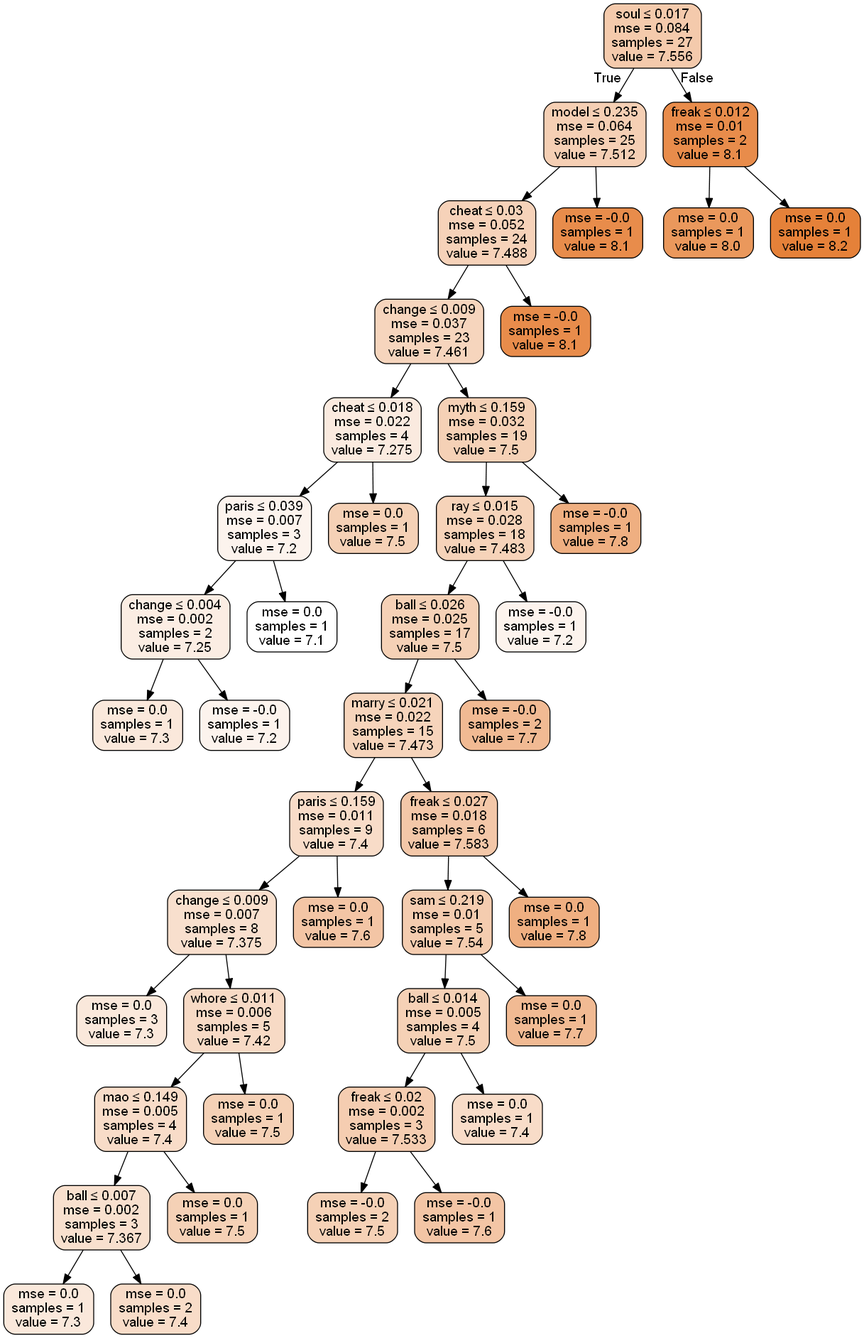
Above: Source.gv.png in ranilovi/SATC_rating_prediction (Graphviz), before the change. Its source is kept beside it as Source.gv.
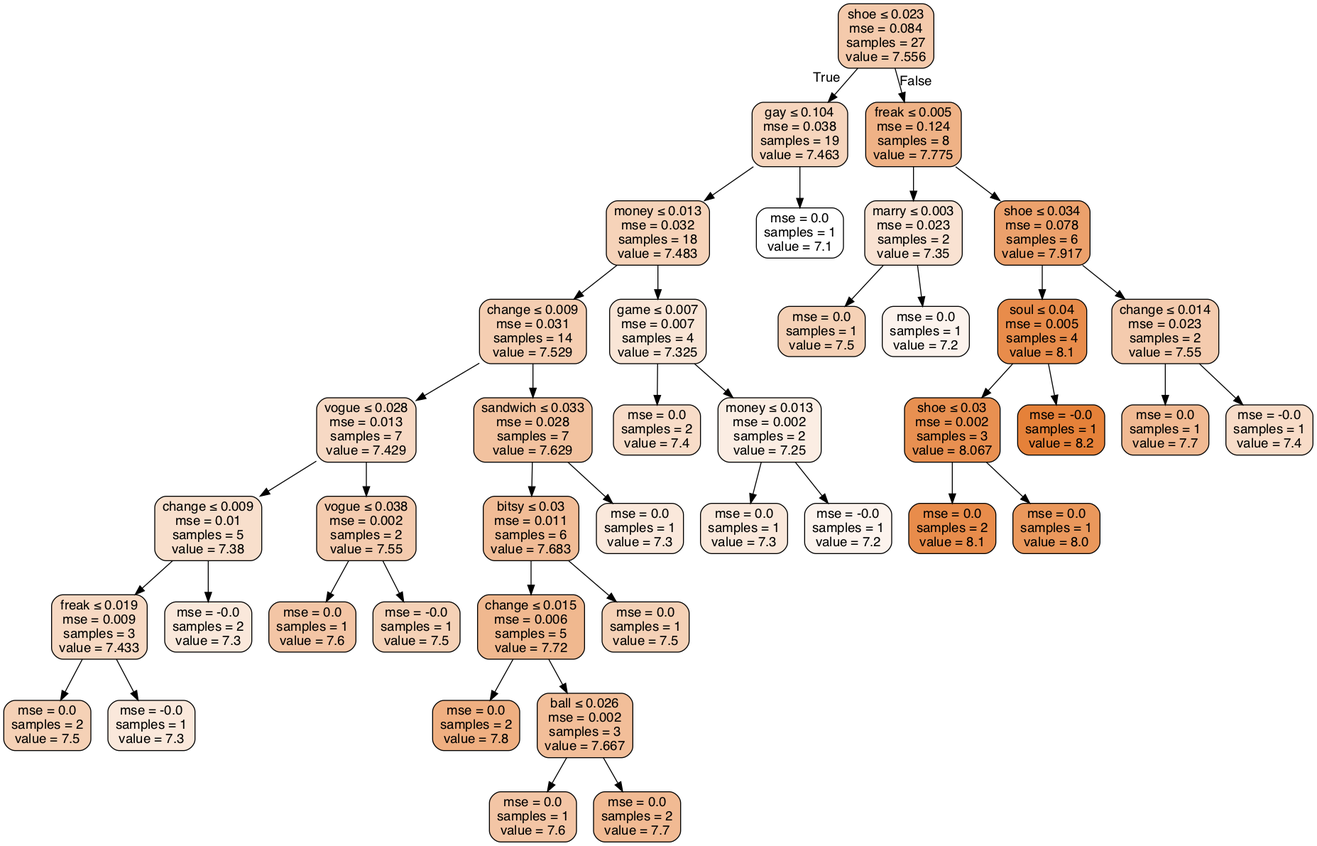
Above is the later version.

What changed in the source:
```diff
@@ -1,89 +1,85 @@
 digraph Tree {
 node [shape=box, style="filled, rounded", color="black", fontname=helvetica] ;
 edge [fontname=helvetica] ;
-0 [label=<soul &le; 0.017<br/>mse = 0.084<br/>samples = 27<br/>value = 7.556>, fillcolor="#e581396a"] ;
-1 [label=<model &le; 0.235<br/>mse = 0.064<br/>samples = 25<br/>value = 7.512>, fillcolor="#e5813960"] ;
+0 [label=<shoe &le; 0.023<br/>mse = 0.084<br/>samples = 27<br/>value = 7.556>, fillcolor="#e581396a"] ;
+1 [label=<gay &le; 0.104<br/>mse = 0.038<br/>samples = 19<br/>value = 7.463>, fillcolor="#e5813954"] ;
 0 -> 1 [labeldistance=2.5, labelangle=45, headlabel="True"] ;
-2 [label=<cheat &le; 0.03<br/>mse = 0.052<br/>samples = 24<br/>value = 7.488>, fillcolor="#e581395a"] ;
+2 [label=<money &le; 0.013<br/>mse = 0.032<br/>samples = 18<br/>value = 7.483>, fillcolor="#e5813959"] ;
 1 -> 2 ;
-3 [label=<change &le; 0.009<br/>mse = 0.037<br/>samples = 23<br/>value = 7.461>, fillcolor="#e5813954"] ;
+3 [label=<change &le; 0.009<br/>mse = 0.031<br/>samples = 14<br/>value = 7.529>, fillcolor="#e5813963"] ;
 2 -> 3 ;
-4 [label=<cheat &le; 0.018<br/>mse = 0.022<br/>samples = 4<br/>value = 7.275>, fillcolor="#e5813929"] ;
+4 [label=<vogue &le; 0.028<br/>mse = 0.013<br/>samples = 7<br/>value = 7.429>, fillcolor="#e581394c"] ;
 3 -> 4 ;
-5 [label=<paris &le; 0.039<br/>mse = 0.007<br/>samples = 3<br/>value = 7.2>, fillcolor="#e5813917"] ;
+5 [label=<change &le; 0.009<br/>mse = 0.01<br/>samples = 5<br/>value = 7.38>, fillcolor="#e5813941"] ;
 4 -> 5 ;
-6 [label=<change &le; 0.004<br/>mse = 0.002<br/>samples = 2<br/>value = 7.25>, fillcolor="#e5813923"] ;
+6 [label=<freak &le; 0.019<br/>mse = 0.009<br/>samples = 3<br/>value = 7.433>, fillcolor="#e581394d"] ;
 5 -> 6 ;
-7 [label=<mse = 0.0<br/>samples = 1<br/>value = 7.3>, fillcolor="#e581392e"] ;
+7 [label=<mse = 0.0<br/>samples = 2<br/>value = 7.5>, fillcolor="#e581395d"] ;
 6 -> 7 ;
-8 [label=<mse = -0.0<br/>samples = 1<br/>value = 7.2>, fillcolor="#e5813917"] ;
+8 [label=<mse = -0.0<br/>samples = 1<br/>value = 7.3>, fillcolor="#e581392e"] ;
 6 -> 8 ;
-9 [label=<mse = 0.0<br/>samples = 1<br/>value = 7.1>, fillcolor="#e5813900"] ;
+9 [label=<mse = -0.0<br/>samples = 2<br/>value = 7.3>, fillcolor="#e581392e"] ;
 5 -> 9 ;
-10 [label=<mse = 0.0<br/>samples = 1<br/>value = 7.5>, fillcolor="#e581395d"] ;
+10 [label=<vogue &le; 0.038<br/>mse = 0.002<br/>samples = 2<br/>value = 7.55>, fillcolor="#e5813968"] ;
 4 -> 10 ;
-11 [label=<myth &le; 0.159<br/>mse = 0.032<br/>samples = 19<br/>value = 7.5>, fillcolor="#e581395d"] ;
-3 -> 11 ;
-12 [label=<ray &le; 0.015<br/>mse = 0.028<br/>samples = 18<br/>value = 7.483>, fillcolor="#e5813959"] ;
-11 -> 12 ;
-13 [label=<ball &le; 0.026<br/>mse = 0.025<br/>samples = 17<br/>value = 7.5>, fillcolor="#e581395d"] ;
-12 -> 13 ;
-14 [label=<marry &le; 0.021<br/>mse = 0.022<br/>samples = 15<br/>value = 7.473>, fillcolor="#e5813957"] ;
+11 [label=<mse = 0.0<br/>samples = 1<br/>value = 7.6>, fillcolor="#e5813974"] ;
+10 -> 11 ;
+12 [label=<mse = -0.0<br/>samples = 1<br/>value = 7.5>, fillcolor="#e581395d"] ;
+10 -> 12 ;
+13 [label=<sandwich &le; 0.033<br/>mse = 0.028<br/>samples = 7<br/>value = 7.629>, fillcolor="#e581397b"] ;
+3 -> 13 ;
+14 [label=<bitsy &le; 0.03<br/>mse = 0.011<br/>samples = 6<br/>value = 7.683>, fillcolor="#e5813987"] ;
 13 -> 14 ;
-15 [label=<paris &le; 0.159<br/>mse = 0.011<br/>samples = 9<br/>value = 7.4>, fillcolor="#e5813946"] ;
+15 [label=<change &le; 0.015<br/>mse = 0.006<br/>samples = 5<br/>value = 7.72>, fillcolor="#e5813990"] ;
 14 -> 15 ;
-16 [label=<change &le; 0.009<br/>mse = 0.007<br/>samples = 8<br/>value = 7.375>, fillcolor="#e5813940"] ;
+16 [label=<mse = 0.0<br/>samples = 2<br/>value = 7.8>, fillcolor="#e58139a2"] ;
 15 -> 16 ;
-17 [label=<mse = 0.0<br/>samples = 3<br/>value = 7.3>, fillcolor="#e581392e"] ;
-16 -> 17 ;
-18 [label=<whore &le; 0.011<br/>mse = 0.006<br/>samples = 5<br/>value = 7.42>, fillcolor="#e581394a"] ;
-16 -> 18 ;
-19 [label=<mao &le; 0.149<br/>mse = 0.005<br/>samples = 4<br/>value = 7.4>, fillcolor="#e5813946"] ;
-18 -> 19 ;
-20 [label=<ball &le; 0.007<br/>mse = 0.002<br/>samples = 3<br/>value = 7.367>, fillcolor="#e581393e"] ;
-19 -> 20 ;
+17 [label=<ball &le; 0.026<br/>mse = 0.002<br/>samples = 3<br/>value = 7.667>, fillcolor="#e5813983"] ;
+15 -> 17 ;
+18 [label=<mse = 0.0<br/>samples = 1<br/>value = 7.6>, fillcolor="#e5813974"] ;
+17 -> 18 ;
+19 [label=<mse = 0.0<br/>samples = 2<br/>value = 7.7>, fillcolor="#e581398b"] ;
+17 -> 19 ;
+20 [label=<mse = 0.0<br/>samples = 1<br/>value = 7.5>, fillcolor="#e581395d"] ;
+14 -> 20 ;
 21 [label=<mse = 0.0<br/>samples = 1<br/>value = 7.3>, fillcolor="#e581392e"] ;
-20 -> 21 ;
-22 [label=<mse = 0.0<br/>samples = 2<br/>value = 7.4>, fillcolor="#e5813946"] ;
-20 -> 22 ;
-23 [label=<mse = 0.0<br/>samples = 1<br/>value = 7.5>, fillcolor="#e581395d"] ;
-19 -> 23 ;
-24 [label=<mse = 0.0<br/>samples = 1<br/>value = 7.5>, fillcolor="#e581395d"] ;
-18 -> 24 ;
-25 [label=<mse = 0.0<br/>samples = 1<br/>value = 7.6>, fillcolor="#e5813974"] ;
-15 -> 25 ;
-26 [label=<freak &le; 0.027<br/>mse = 0.018<br/>samples = 6<br/>value = 7.583>, fillcolor="#e5813970"] ;
-14 -> 26 ;
-27 [label=<sam &le; 0.219<br/>mse = 0.01<br/>samples = 5<br/>value = 7.54>, fillcolor="#e5813966"] ;
-26 -> 27 ;
-28 [label=<ball &le; 0.014<br/>mse = 0.005<br/>samples = 4<br/>value = 7.5>, fillcolor="#e581395d"] ;
-27 -> 28 ;
-29 [label=<freak &le; 0.02<br/>mse = 0.002<br/>samples = 3<br/>value = 7.533>, fillcolor="#e5813964"] ;
+13 -> 21 ;
+22 [label=<game &le; 0.007<br/>mse = 0.007<br/>samples = 4<br/>value = 7.325>, fillcolor="#e5813934"] ;
+2 -> 22 ;
+23 [label=<mse = 0.0<br/>samples = 2<br/>value = 7.4>, fillcolor="#e5813946"] ;
+22 -> 23 ;
+24 [label=<money &le; 0.013<br/>mse = 0.002<br/>samples = 2<br/>value = 7.25>, fillcolor="#e5813923"] ;
+22 -> 24 ;
+25 [label=<mse = 0.0<br/>samples = 1<br/>value = 7.3>, fillcolor="#e581392e"] ;
+24 -> 25 ;
+26 [label=<mse = -0.0<br/>samples = 1<br/>value = 7.2>, fillcolor="#e5813917"] ;
+24 -> 26 ;
+27 [label=<mse = 0.0<br/>samples = 1<br/>value = 7.1>, fillcolor="#e5813900"] ;
+1 -> 27 ;
+28 [label=<freak &le; 0.005<br/>mse = 0.124<br/>samples = 8<br/>value = 7.775>, fillcolor="#e581399c"] ;
+0 -> 28 [labeldistance=2.5, labelangle=-45, headlabel="False"] ;
+29 [label=<marry &le; 0.003<br/>mse = 0.023<br/>samples = 2<br/>value = 7.35>, fillcolor="#e581393a"] ;
 28 -> 29 ;
-30 [label=<mse = -0.0<br/>samples = 2<br/>value = 7.5>, fillcolor="#e581395d"] ;
+30 [label=<mse = 0.0<br/>samples = 1<br/>value = 7.5>, fillcolor="#e581395d"] ;
 29 -> 30 ;
-31 [label=<mse = -0.0<br/>samples = 1<br/>value = 7.6>, fillcolor="#e5813974"] ;
+31 [label=<mse = 0.0<br/>samples = 1<br/>value = 7.2>, fillcolor="#e5813917"] ;
 29 -> 31 ;
-32 [label=<mse = 0.0<br/>samples = 1<br/>value = 7.4>, fillcolor="#e5813946"] ;
+32 [label=<shoe &le; 0.034<br/>mse = 0.078<br/>samples = 6<br/>value = 7.917>, fillcolor="#e58139bd"] ;
 28 -> 32 ;
-33 [label=<mse = 0.0<br/>samples = 1<br/>value = 7.7>, fillcolor="#e581398b"] ;
-27 -> 33 ;
-34 [label=<mse = 0.0<br/>samples = 1<br/>value = 7.8>, fillcolor="#e58139a2"] ;
-26 -> 34 ;
-35 [label=<mse = -0.0<br/>samples = 2<br/>value = 7.7>, fillcolor="#e581398b"] ;
-13 -> 35 ;
-36 [label=<mse = -0.0<br/>samples = 1<br/>value = 7.2>, fillcolor="#e5813917"] ;
-12 -> 36 ;
-37 [label=<mse = -0.0<br/>samples = 1<br/>value = 7.8>, fillcolor="#e58139a2"] ;
-11 -> 37 ;
-38 [label=<mse = -0.0<br/>samples = 1<br/>value = 8.1>, fillcolor="#e58139e8"] ;
-2 -> 38 ;
-39 [label=<mse = -0.0<br/>samples = 1<br/>value = 8.1>, fillcolor="#e58139e8"] ;
-1 -> 39 ;
-40 [label=<freak &le; 0.012<br/>mse = 0.01<br/>samples = 2<br/>value = 8.1>, fillcolor="#e58139e8"] ;
-0 -> 40 [labeldistance=2.5, labelangle=-45, headlabel="False"] ;
-41 [label=<mse = 0.0<br/>samples = 1<br/>value = 8.0>, fillcolor="#e58139d1"] ;
-40 -> 41 ;
-42 [label=<mse = 0.0<br/>samples = 1<br/>value = 8.2>, fillcolor="#e58139ff"] ;
-40 -> 42 ;
+33 [label=<soul &le; 0.04<br/>mse = 0.005<br/>samples = 4<br/>value = 8.1>, fillcolor="#e58139e8"] ;
+32 -> 33 ;
+34 [label=<shoe &le; 0.03<br/>mse = 0.002<br/>samples = 3<br/>value = 8.067>, fillcolor="#e58139e0"] ;
+33 -> 34 ;
+35 [label=<mse = 0.0<br/>samples = 2<br/>value = 8.1>, fillcolor="#e58139e8"] ;
+34 -> 35 ;
+36 [label=<mse = 0.0<br/>samples = 1<br/>value = 8.0>, fillcolor="#e58139d1"] ;
+34 -> 36 ;
+37 [label=<mse = -0.0<br/>samples = 1<br/>value = 8.2>, fillcolor="#e58139ff"] ;
+33 -> 37 ;
+38 [label=<change &le; 0.014<br/>mse = 0.023<br/>samples = 2<br/>value = 7.55>, fillcolor="#e5813968"] ;
+32 -> 38 ;
+39 [label=<mse = 0.0<br/>samples = 1<br/>value = 7.7>, fillcolor="#e581398b"] ;
+38 -> 39 ;
+40 [label=<mse = -0.0<br/>samples = 1<br/>value = 7.4>, fillcolor="#e5813946"] ;
+38 -> 40 ;
 }
```
